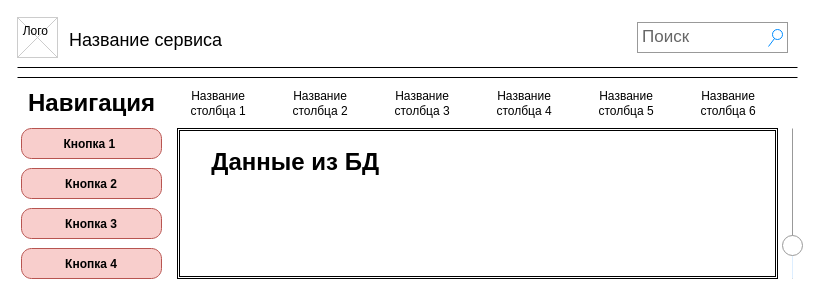
Swia/WP3 keeps this draw.io diagram as st2.drawio. Above is the earlier version. Source tidied: cells renumbered, new cells numbered last; positions are measured from the earlier drawing's top-left corner, leaving out a move shared by most shapes. Both pictures are drawn from the tidied source at 100%, with x=0, y=0 at pixel (17, 17).
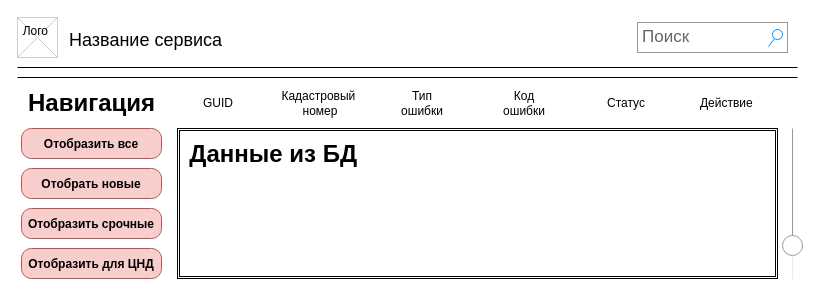
Above is the later version.

Unchanged cells that the change refers to:
```xml
<mxCell id="15" style="group;" parent="1" vertex="1">
  <mxGeometry x="171" y="82" width="570" height="20" as="geometry" />
</mxCell>
```

The edit, as a diff of the source:
```diff
@@
-    <mxCell id="7" value="&lt;font style=&quot;font-size: 12px&quot;&gt;Кнопка 1&amp;nbsp;&lt;/font&gt;" style="strokeWidth=1;shadow=0;dashed=0;align=center;html=1;shape=mxgraph.mockup.buttons.button;strokeColor=#b85450;mainText=;buttonStyle=round;fontSize=17;fontStyle=1;fillColor=#f8cecc;whiteSpace=wrap;flipH=1;" parent="1" vertex="1">
+    <mxCell id="7" value="&lt;font style=&quot;font-size: 12px&quot;&gt;Отобразить все&lt;/font&gt;" style="strokeWidth=1;shadow=0;dashed=0;align=center;html=1;shape=mxgraph.mockup.buttons.button;strokeColor=#b85450;mainText=;buttonStyle=round;fontSize=17;fontStyle=1;fillColor=#f8cecc;whiteSpace=wrap;flipH=1;" parent="1" vertex="1">
       <mxGeometry x="4" y="111" width="140" height="30" as="geometry" />
     </mxCell>
-    <mxCell id="8" value="&lt;span style=&quot;font-size: 12px&quot;&gt;Кнопка 2&lt;/span&gt;" style="strokeWidth=1;shadow=0;dashed=0;align=center;html=1;shape=mxgraph.mockup.buttons.button;strokeColor=#b85450;mainText=;buttonStyle=round;fontSize=17;fontStyle=1;fillColor=#f8cecc;whiteSpace=wrap;flipH=1;" parent="1" vertex="1">
+    <mxCell id="8" value="&lt;span style=&quot;font-size: 12px&quot;&gt;Отобрать&amp;nbsp;новые&lt;/span&gt;" style="strokeWidth=1;shadow=0;dashed=0;align=center;html=1;shape=mxgraph.mockup.buttons.button;strokeColor=#b85450;mainText=;buttonStyle=round;fontSize=17;fontStyle=1;fillColor=#f8cecc;whiteSpace=wrap;flipH=1;" parent="1" vertex="1">
       <mxGeometry x="4" y="151" width="140" height="30" as="geometry" />
     </mxCell>
-    <mxCell id="9" value="&lt;span style=&quot;font-size: 12px&quot;&gt;Кнопка 3&lt;/span&gt;" style="strokeWidth=1;shadow=0;dashed=0;align=center;html=1;shape=mxgraph.mockup.buttons.button;strokeColor=#b85450;mainText=;buttonStyle=round;fontSize=17;fontStyle=1;fillColor=#f8cecc;whiteSpace=wrap;flipH=1;" parent="1" vertex="1">
+    <mxCell id="9" value="&lt;span style=&quot;font-size: 12px&quot;&gt;Отобразить срочные&lt;/span&gt;" style="strokeWidth=1;shadow=0;dashed=0;align=center;html=1;shape=mxgraph.mockup.buttons.button;strokeColor=#b85450;mainText=;buttonStyle=round;fontSize=17;fontStyle=1;fillColor=#f8cecc;whiteSpace=wrap;flipH=1;" parent="1" vertex="1">
       <mxGeometry x="4" y="191" width="140" height="30" as="geometry" />
     </mxCell>
-    <mxCell id="10" value="&lt;span style=&quot;font-size: 12px&quot;&gt;Кнопка 4&lt;/span&gt;" style="strokeWidth=1;shadow=0;dashed=0;align=center;html=1;shape=mxgraph.mockup.buttons.button;strokeColor=#b85450;mainText=;buttonStyle=round;fontSize=17;fontStyle=1;fillColor=#f8cecc;whiteSpace=wrap;flipH=1;" parent="1" vertex="1">
+    <mxCell id="10" value="&lt;span style=&quot;font-size: 12px&quot;&gt;Отобразить&amp;nbsp;для ЦНД&lt;/span&gt;" style="strokeWidth=1;shadow=0;dashed=0;align=center;html=1;shape=mxgraph.mockup.buttons.button;strokeColor=#b85450;mainText=;buttonStyle=round;fontSize=17;fontStyle=1;fillColor=#f8cecc;whiteSpace=wrap;flipH=1;" parent="1" vertex="1">
       <mxGeometry x="4" y="231" width="140" height="30" as="geometry" />
     </mxCell>
@@
-    <mxCell id="16" value="Название столбца 1" style="text;html=1;strokeColor=none;fillColor=none;align=center;verticalAlign=middle;whiteSpace=wrap;rounded=0;" parent="15" vertex="1">
+    <mxCell id="16" value="GUID" style="text;html=1;strokeColor=none;fillColor=none;align=center;verticalAlign=middle;whiteSpace=wrap;rounded=0;" parent="15" vertex="1">
       <mxGeometry y="-6" width="60" height="20" as="geometry" />
     </mxCell>
-    <mxCell id="17" value="Название столбца 2" style="text;html=1;strokeColor=none;fillColor=none;align=center;verticalAlign=middle;whiteSpace=wrap;rounded=0;" parent="15" vertex="1">
+    <mxCell id="17" value="Кадастровый&amp;nbsp;&lt;br&gt;номер" style="text;html=1;strokeColor=none;fillColor=none;align=center;verticalAlign=middle;whiteSpace=wrap;rounded=0;" parent="15" vertex="1">
       <mxGeometry x="102" y="-6" width="60" height="20" as="geometry" />
     </mxCell>
-    <mxCell id="18" value="Название столбца 3" style="text;html=1;strokeColor=none;fillColor=none;align=center;verticalAlign=middle;whiteSpace=wrap;rounded=0;" parent="15" vertex="1">
+    <mxCell id="18" value="Тип ошибки" style="text;html=1;strokeColor=none;fillColor=none;align=center;verticalAlign=middle;whiteSpace=wrap;rounded=0;" parent="15" vertex="1">
       <mxGeometry x="204" y="-6" width="60" height="20" as="geometry" />
     </mxCell>
-    <mxCell id="19" value="Название столбца 4" style="text;html=1;strokeColor=none;fillColor=none;align=center;verticalAlign=middle;whiteSpace=wrap;rounded=0;" parent="15" vertex="1">
+    <mxCell id="19" value="Код ошибки" style="text;html=1;strokeColor=none;fillColor=none;align=center;verticalAlign=middle;whiteSpace=wrap;rounded=0;" parent="15" vertex="1">
       <mxGeometry x="306" y="-6" width="60" height="20" as="geometry" />
     </mxCell>
-    <mxCell id="20" value="Название столбца 5" style="text;html=1;strokeColor=none;fillColor=none;align=center;verticalAlign=middle;whiteSpace=wrap;rounded=0;" parent="15" vertex="1">
+    <mxCell id="20" value="Статус" style="text;html=1;strokeColor=none;fillColor=none;align=center;verticalAlign=middle;whiteSpace=wrap;rounded=0;" parent="15" vertex="1">
       <mxGeometry x="408" y="-6" width="60" height="20" as="geometry" />
     </mxCell>
-    <mxCell id="21" value="Название столбца 6" style="text;html=1;strokeColor=none;fillColor=none;align=center;verticalAlign=middle;whiteSpace=wrap;rounded=0;" parent="15" vertex="1">
+    <mxCell id="21" value="Действие&amp;nbsp;" style="text;html=1;strokeColor=none;fillColor=none;align=center;verticalAlign=middle;whiteSpace=wrap;rounded=0;" parent="15" vertex="1">
       <mxGeometry x="510" y="-6" width="60" height="20" as="geometry" />
     </mxCell>
@@
     <mxCell id="23" value="Данные из БД&amp;nbsp;" style="text;strokeColor=none;fillColor=none;html=1;fontSize=24;fontStyle=1;verticalAlign=middle;align=center;" parent="1" vertex="1">
-      <mxGeometry x="231" y="125" width="100" height="40" as="geometry" />
+      <mxGeometry x="231" y="125" width="56" height="23" as="geometry" />
     </mxCell>
```
